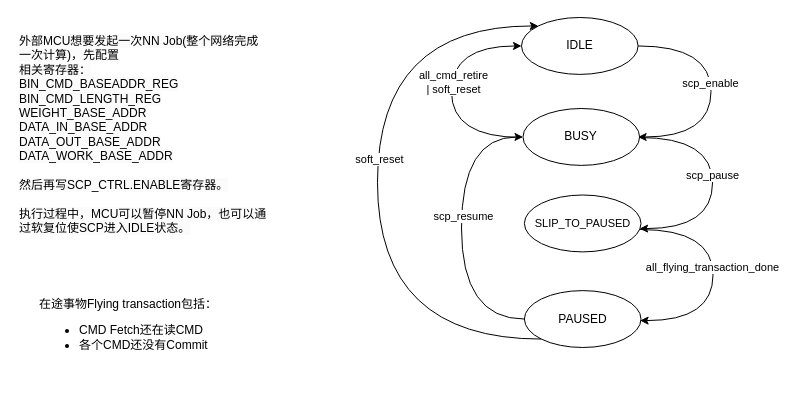
This is page "Process ctrl" (8 of 10) of SCP.drawio from HelmutXie/blake2, a draw.io file, before an edit. Source tidied: cells renumbered, new cells numbered last; positions are measured from the earlier drawing's top-left corner, leaving out a move shared by most shapes. Both pictures are drawn from the tidied source at 100%, with x=0, y=0 at pixel (17, 17).
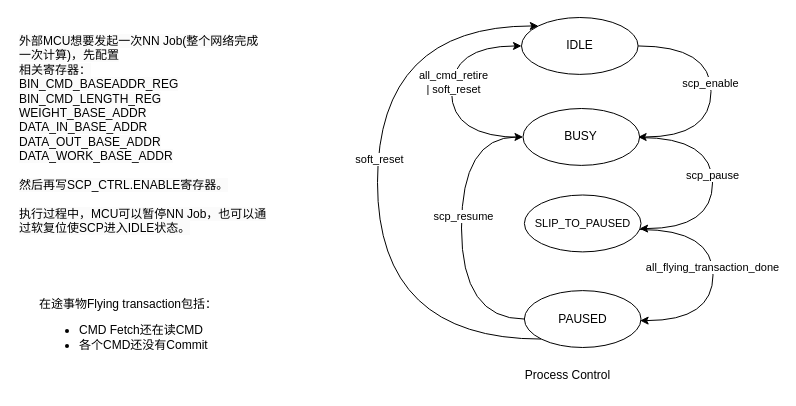
After the change.

Change to the diagram source:
```diff
@@
+    <mxCell id="20" value="Process Control" style="text;html=1;align=center;verticalAlign=middle;strokeColor=none;fillColor=none;" parent="1" vertex="1">
+      <mxGeometry x="498" y="345" width="103" height="26" as="geometry" />
+    </mxCell>
```
